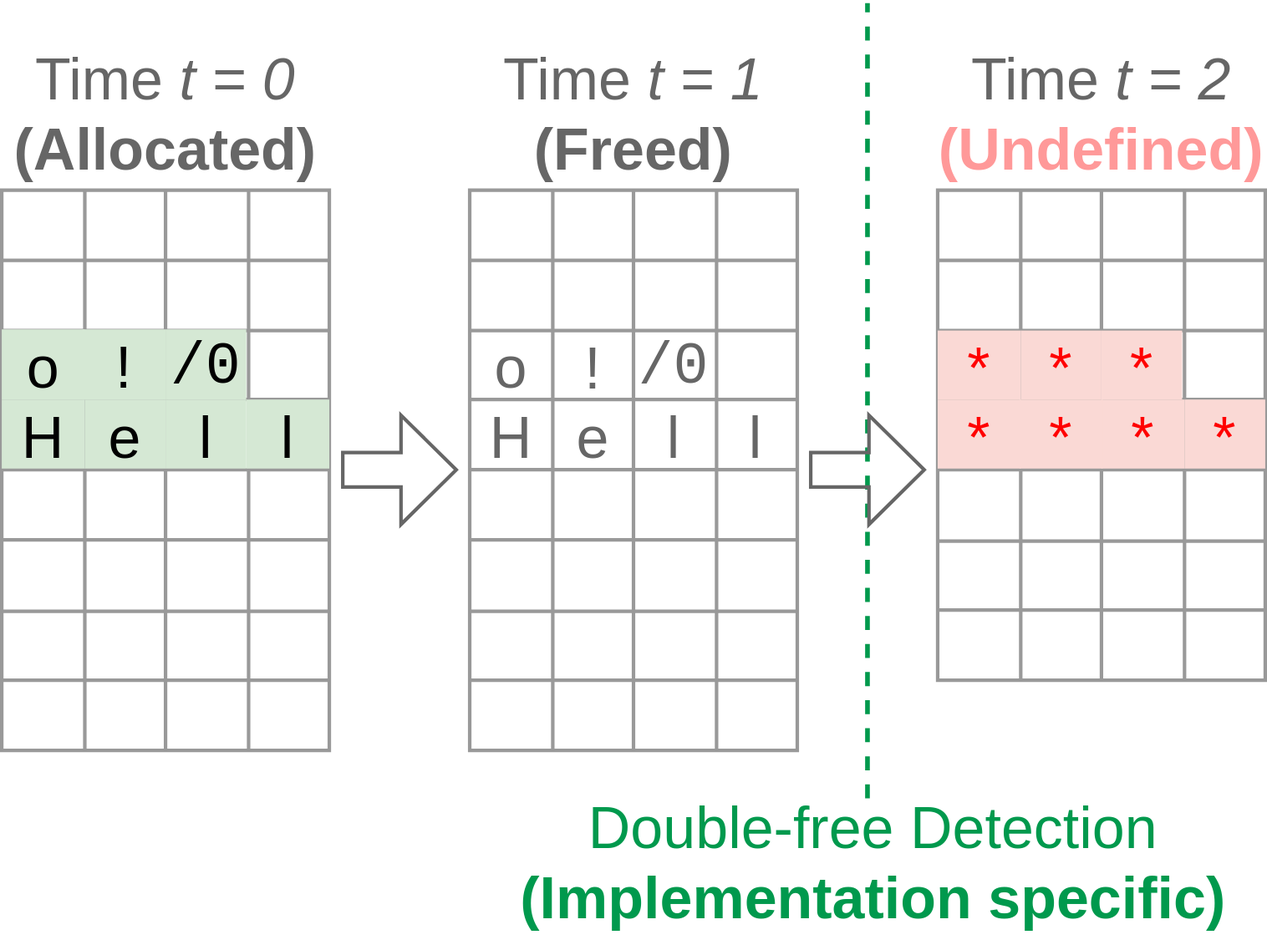
The draw.io diagram docs/chp4/safety_temporal_grow_up.svg in tnballo/high-assurance-rust, before a commit. Source tidied: cells renumbered, new cells last; positions are measured from the earlier drawing's top-left corner, leaving out a move shared by most shapes.
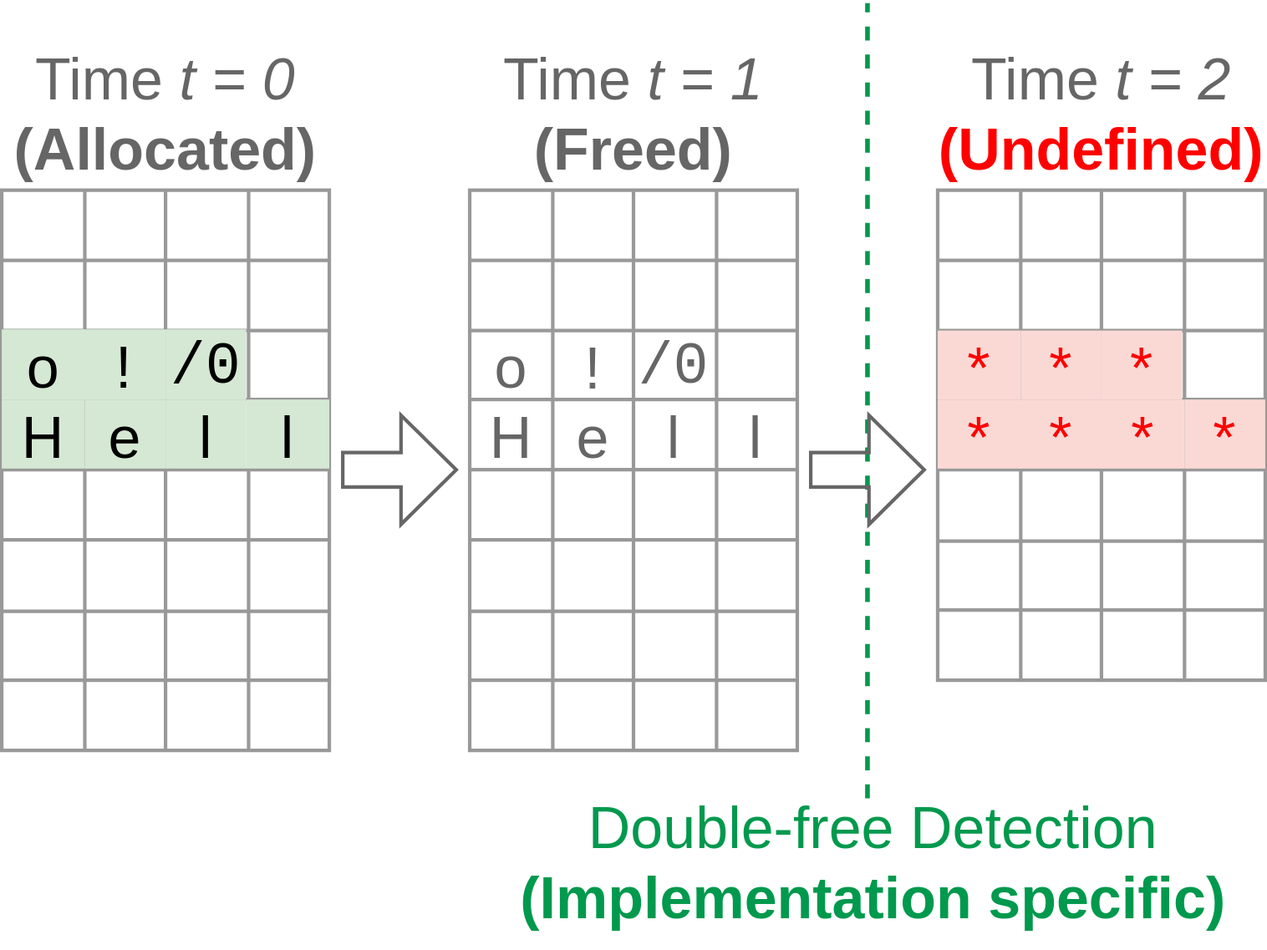
After the change.

What changed in the source:
```diff
@@ -239,7 +239,7 @@
     <mxCell id="80" value="&lt;div&gt;Time &lt;i&gt;t = 1&lt;/i&gt;&lt;/div&gt;&lt;div&gt;&lt;b&gt;(Freed)&lt;/b&gt;&lt;br&gt;&lt;/div&gt;" style="text;html=1;strokeColor=none;fillColor=none;align=center;verticalAlign=middle;whiteSpace=wrap;rounded=0;strokeWidth=3;fontFamily=Helvetica;fontSize=50;fontColor=#666666;" parent="1" vertex="1">
       <mxGeometry x="400" y="30" width="280" height="130" as="geometry" />
     </mxCell>
-    <mxCell id="81" value="&lt;div&gt;Time &lt;i&gt;t = 2&lt;/i&gt;&lt;/div&gt;&lt;div&gt;&lt;b&gt;&lt;font color=&quot;#ff9999&quot;&gt;(Undefined)&lt;/font&gt;&lt;/b&gt;&lt;br&gt;&lt;/div&gt;" style="text;html=1;strokeColor=none;fillColor=none;align=center;verticalAlign=middle;whiteSpace=wrap;rounded=0;strokeWidth=3;fontFamily=Helvetica;fontSize=50;fontColor=#666666;" parent="1" vertex="1">
+    <mxCell id="81" value="&lt;div&gt;Time &lt;i&gt;t = 2&lt;/i&gt;&lt;/div&gt;&lt;div&gt;&lt;b&gt;&lt;font color=&quot;#ff0000&quot;&gt;(Undefined)&lt;/font&gt;&lt;/b&gt;&lt;br&gt;&lt;/div&gt;" style="text;html=1;strokeColor=none;fillColor=none;align=center;verticalAlign=middle;whiteSpace=wrap;rounded=0;strokeWidth=3;fontFamily=Helvetica;fontSize=50;fontColor=#666666;" parent="1" vertex="1">
       <mxGeometry x="800" y="30" width="280" height="130" as="geometry" />
     </mxCell>
     <mxCell id="82" style="shape=flexArrow;endArrow=classic;html=1;rounded=0;strokeColor=#666666;strokeWidth=3;fontFamily=Helvetica;fontSize=50;fontColor=#666666;width=27.5;endSize=14.741666666666667;endWidth=60.78703703703704;" parent="1" edge="1">
```
